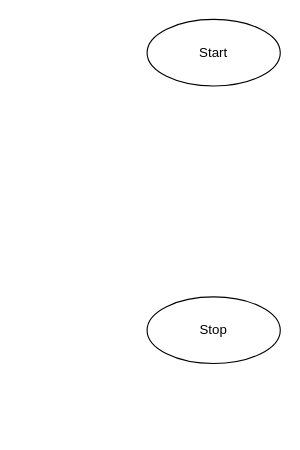
Before: verkefni5/Lokaverkefni.drawio in Davygod/ROBO2RG05AU-1, a draw.io diagram. Source tidied: cells renumbered, new cells numbered last; positions are measured from the earlier drawing's top-left corner, leaving out a move shared by most shapes. Both pictures are drawn from the tidied source at 111%, with x=0, y=0 at pixel (147, 19).
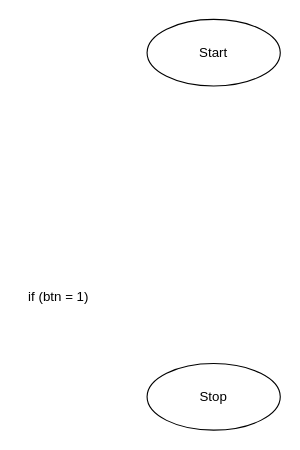
The same diagram, later.

Change to the diagram source:
```diff
@@
 <mxGraphModel>
   <root>
     <mxCell id="0" />
     <mxCell id="1" parent="0" />
     <mxCell id="2" value="Start" style="ellipse;whiteSpace=wrap;html=1;hachureGap=4;" parent="1" vertex="1">
       <mxGeometry width="120" height="60" as="geometry" />
     </mxCell>
     <mxCell id="3" value="Stop" style="ellipse;whiteSpace=wrap;html=1;hachureGap=4;" parent="1" vertex="1">
-      <mxGeometry y="250" width="120" height="60" as="geometry" />
+      <mxGeometry y="310" width="120" height="60" as="geometry" />
     </mxCell>
+    <mxCell id="4" value="if (btn = 1)" style="text;html=1;align=center;verticalAlign=middle;strokeColor=none;fillColor=none;" parent="1" vertex="1">
+      <mxGeometry x="-115" y="240" width="70" height="20" as="geometry" />
+    </mxCell>
   </root>
 </mxGraphModel>
```
